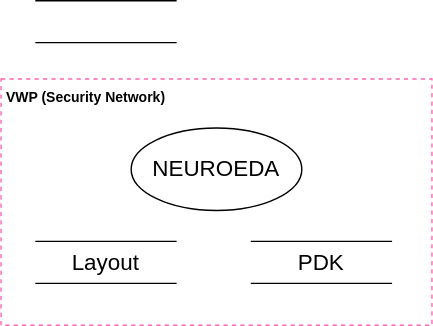
Above: context_diagram.svg in with2say/swarchitect (draw.io), before the change. Source tidied: cells renumbered, new cells last; positions are measured from the earlier drawing's top-left corner, leaving out a move shared by most shapes.
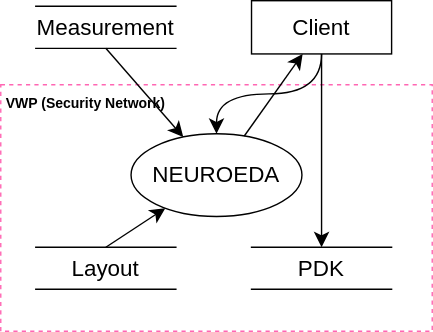
Later version of the same file.

The edit, as a diff of the source:
```diff
@@ -14,8 +14,26 @@
     <mxCell id="5" value="PDK" style="html=1;dashed=0;whiteSpace=wrap;shape=partialRectangle;right=0;left=0;fontSize=16;" parent="1" vertex="1">
       <mxGeometry x="179" y="172" width="100" height="30" as="geometry" />
     </mxCell>
-    <mxCell id="6" style="html=1;dashed=0;whiteSpace=wrap;shape=partialRectangle;right=0;left=0;fontSize=16;" parent="1" vertex="1">
+    <mxCell id="6" value="Measurement" style="html=1;dashed=0;whiteSpace=wrap;shape=partialRectangle;right=0;left=0;fontSize=16;" parent="1" vertex="1">
       <mxGeometry x="25" width="100" height="30" as="geometry" />
     </mxCell>
+    <mxCell id="7" style="endArrow=classic;html=1;rounded=0;fontSize=12;startSize=8;endSize=8;curved=1;exitX=0.5;exitY=0;exitDx=0;exitDy=0;" parent="1" edge="1" source="3" target="4">
+      <mxGeometry relative="1" as="geometry" />
+    </mxCell>
+    <mxCell id="8" style="endArrow=classic;html=1;rounded=0;fontSize=12;startSize=8;endSize=8;curved=1;exitX=0.5;exitY=1;exitDx=0;exitDy=0;" parent="1" edge="1" source="6" target="4">
+      <mxGeometry relative="1" as="geometry" />
+    </mxCell>
+    <mxCell id="9" style="endArrow=classic;html=1;rounded=0;fontSize=12;startSize=8;endSize=8;curved=1;exitX=0.5;exitY=1;exitDx=0;exitDy=0;edgeStyle=orthogonalEdgeStyle;" parent="1" edge="1" source="10" target="4">
+      <mxGeometry relative="1" as="geometry" />
+    </mxCell>
+    <mxCell id="10" value="Client" style="rounded=0;whiteSpace=wrap;html=1;fontSize=16;" parent="1" vertex="1">
+      <mxGeometry x="179" y="-4" width="100" height="38" as="geometry" />
+    </mxCell>
+    <mxCell id="11" style="endArrow=classic;html=1;rounded=0;fontSize=12;startSize=8;endSize=8;curved=1;exitX=0.5;exitY=1;exitDx=0;exitDy=0;" parent="1" edge="1" source="10" target="5">
+      <mxGeometry relative="1" as="geometry" />
+    </mxCell>
+    <mxCell id="12" style="curved=1;endArrow=classic;html=1;rounded=0;fontSize=12;startSize=8;endSize=8;" parent="1" edge="1" source="4" target="10">
+      <mxGeometry relative="1" as="geometry" />
+    </mxCell>
   </root>
 </mxGraphModel>
```
